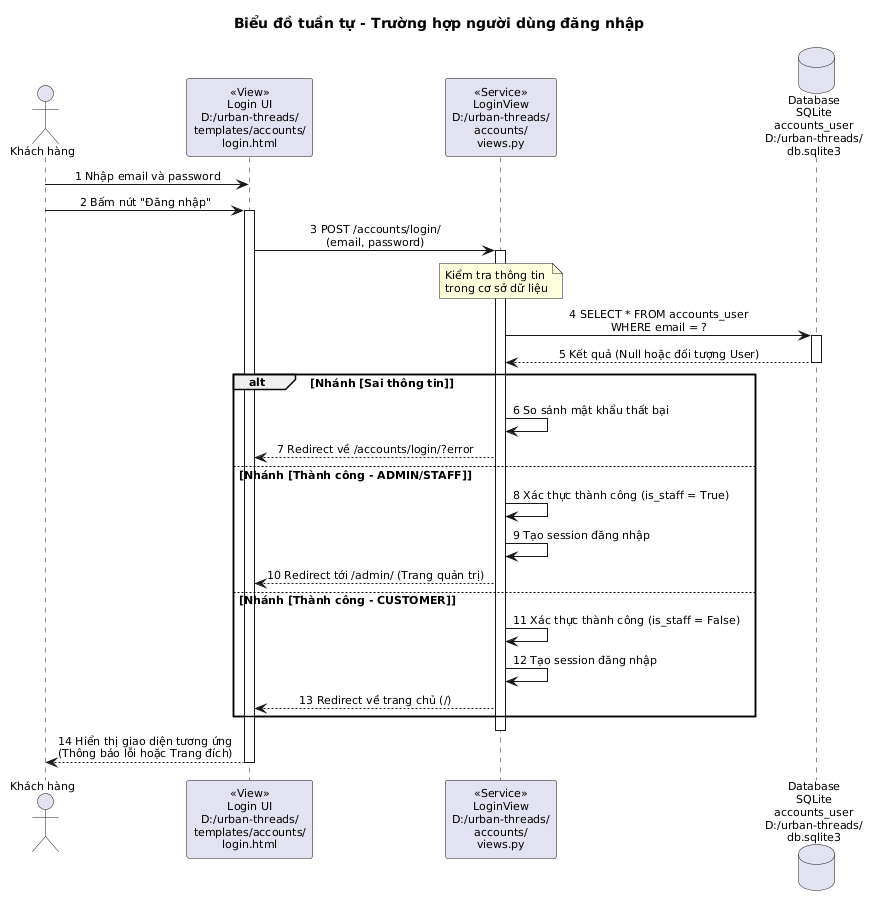
The PlantUML diagram use_cases/sequence_dang_nhap.png in HNKILLNET404/lehainam_24ct1_cnpm, before a commit.
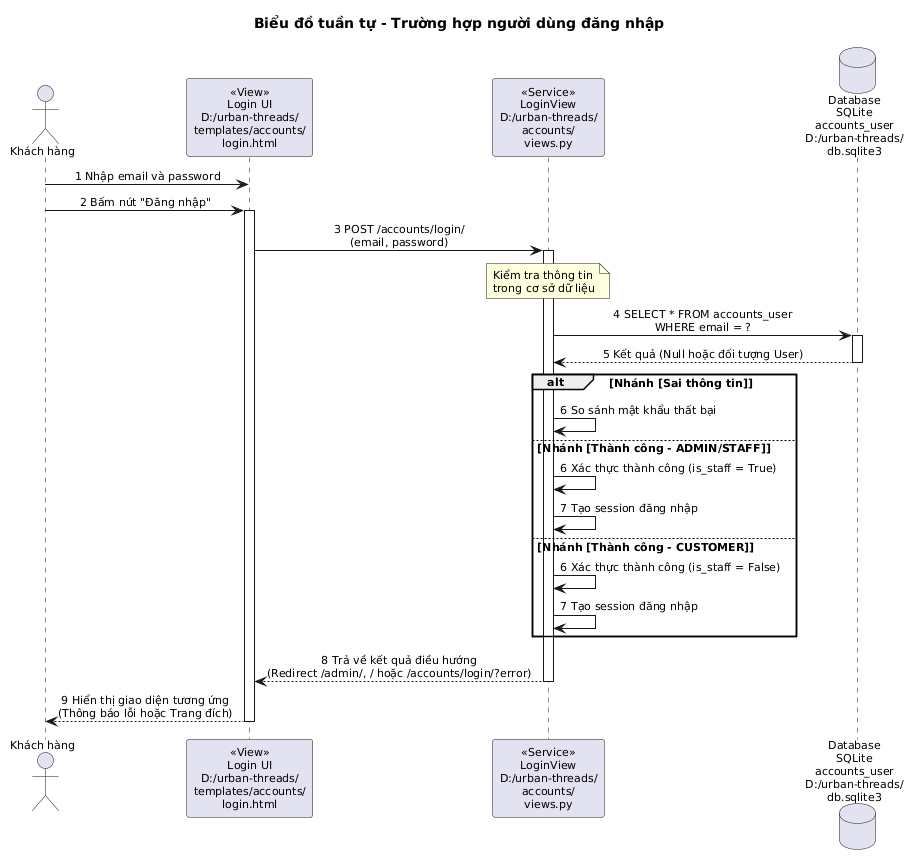
Above is the later version.

Diff of the diagram source:
```diff
@@ -7,11 +7,8 @@
 title Biểu đồ tuần tự - Trường hợp người dùng đăng nhập
 
 actor "Khách hàng" as User
-
 participant "«View»\nLogin UI\nD:/urban-threads/\ntemplates/accounts/\nlogin.html" as UI
-
 participant "«Service»\nLoginView\nD:/urban-threads/\naccounts/\nviews.py" as BE
-
 database "Database\nSQLite\naccounts_user\nD:/urban-threads/\ndb.sqlite3" as DB
 
 User -> UI : 1 Nhập email và password
@@ -29,19 +26,18 @@
 
 alt Nhánh [Sai thông tin]
     BE -> BE : 6 So sánh mật khẩu thất bại
-    BE --> UI : 7 Redirect về /accounts/login/?error
 else Nhánh [Thành công - ADMIN/STAFF]
-    BE -> BE : 8 Xác thực thành công (is_staff = True)
-    BE -> BE : 9 Tạo session đăng nhập
-    BE --> UI : 10 Redirect tới /admin/ (Trang quản trị)
+    BE -> BE : 6 Xác thực thành công (is_staff = True)
+    BE -> BE : 7 Tạo session đăng nhập
 else Nhánh [Thành công - CUSTOMER]
-    BE -> BE : 11 Xác thực thành công (is_staff = False)
-    BE -> BE : 12 Tạo session đăng nhập
-    BE --> UI : 13 Redirect về trang chủ (/)
+    BE -> BE : 6 Xác thực thành công (is_staff = False)
+    BE -> BE : 7 Tạo session đăng nhập
 end
+
+BE --> UI : 8 Trả về kết quả điều hướng\n(Redirect /admin/, / hoặc /accounts/login/?error)
 deactivate BE
 
-UI --> User : 14 Hiển thị giao diện tương ứng\n(Thông báo lỗi hoặc Trang đích)
+UI --> User : 9 Hiển thị giao diện tương ứng\n(Thông báo lỗi hoặc Trang đích)
 deactivate UI
 
 @enduml
```
